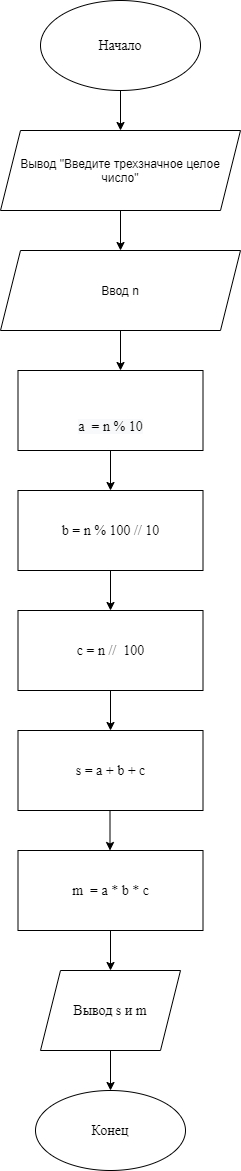
Earlier version of the draw.io export DZ1.png (EkaterinaVrublevskaia/AlgorithmPython-). Source tidied: cells renumbered, new cells last; positions are measured from the earlier drawing's top-left corner, leaving out a move shared by most shapes.
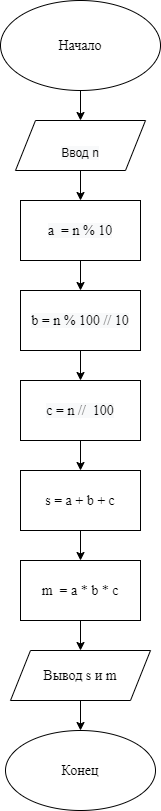
Above is the later version.

Change to the diagram source:
```diff
@@ -8,61 +8,52 @@
     <mxCell id="3" value="&lt;font face=&quot;Times New Roman&quot; style=&quot;font-size: 14px&quot;&gt;Начало&lt;/font&gt;" style="ellipse;whiteSpace=wrap;html=1;" parent="1" vertex="1">
       <mxGeometry x="40" width="160" height="90" as="geometry" />
     </mxCell>
-    <mxCell id="4" style="edgeStyle=orthogonalEdgeStyle;rounded=0;jettySize=auto;html=1;fontFamily=Times New Roman;fontSize=14;" parent="1" edge="1" source="5" target="8">
-      <mxGeometry relative="1" as="geometry" />
+    <mxCell id="4" style="edgeStyle=orthogonalEdgeStyle;rounded=0;jettySize=auto;html=1;fontFamily=Times New Roman;fontSize=14;" parent="1" edge="1" source="5">
+      <mxGeometry relative="1" as="geometry">
+        <mxPoint x="120" y="200" as="targetPoint" />
+      </mxGeometry>
     </mxCell>
-    <mxCell id="5" value="Вывод &quot;Введите трехзначное целое число&quot;" style="shape=parallelogram;perimeter=parallelogramPerimeter;whiteSpace=wrap;html=1;fixedSize=1;" parent="1" vertex="1">
-      <mxGeometry y="130" width="240" height="80" as="geometry" />
+    <mxCell id="5" value="&lt;br&gt;&lt;br&gt;&lt;span style=&quot;color: rgb(0 , 0 , 0) ; font-size: 12px ; font-style: normal ; font-weight: 400 ; letter-spacing: normal ; text-align: center ; text-indent: 0px ; text-transform: none ; word-spacing: 0px ; font-family: &amp;#34;helvetica&amp;#34; ; background-color: rgb(248 , 249 , 250) ; display: inline ; float: none&quot;&gt;Ввод n&lt;/span&gt;&lt;br style=&quot;color: rgb(0 , 0 , 0) ; font-family: &amp;#34;helvetica&amp;#34; ; font-size: 12px ; font-style: normal ; font-weight: 400 ; letter-spacing: normal ; text-align: center ; text-indent: 0px ; text-transform: none ; word-spacing: 0px ; background-color: rgb(248 , 249 , 250)&quot;&gt;&lt;br&gt;" style="shape=parallelogram;perimeter=parallelogramPerimeter;whiteSpace=wrap;html=1;fixedSize=1;" parent="1" vertex="1">
+      <mxGeometry x="55" y="120" width="130" height="50" as="geometry" />
     </mxCell>
     <mxCell id="6" value="Конец" style="ellipse;whiteSpace=wrap;html=1;fontFamily=Times New Roman;fontSize=14;" parent="1" vertex="1">
-      <mxGeometry x="35" y="1090" width="150" height="80" as="geometry" />
+      <mxGeometry x="45" y="730" width="150" height="80" as="geometry" />
     </mxCell>
-    <mxCell id="7" style="edgeStyle=orthogonalEdgeStyle;rounded=0;jettySize=auto;html=1;entryX=0.5;entryY=0;entryDx=0;entryDy=0;fontFamily=Times New Roman;fontSize=14;" parent="1" edge="1" source="8">
-      <mxGeometry relative="1" as="geometry">
-        <mxPoint x="120" y="370" as="targetPoint" />
-      </mxGeometry>
-    </mxCell>
-    <mxCell id="8" value="Ввод n" style="shape=parallelogram;perimeter=parallelogramPerimeter;whiteSpace=wrap;html=1;fixedSize=1;" parent="1" vertex="1">
-      <mxGeometry y="250" width="240" height="80" as="geometry" />
-    </mxCell>
-    <mxCell id="9" style="edgeStyle=orthogonalEdgeStyle;rounded=0;orthogonalLoop=1;jettySize=auto;html=1;entryX=0.5;entryY=0;entryDx=0;entryDy=0;fontFamily=Times New Roman;fontSize=14;" parent="1" edge="1">
-      <mxGeometry relative="1" as="geometry">
-        <mxPoint x="109.5" y="810" as="sourcePoint" />
-        <mxPoint x="109.5" y="850" as="targetPoint" />
-      </mxGeometry>
-    </mxCell>
     <mxCell id="10" style="edgeStyle=orthogonalEdgeStyle;rounded=0;jettySize=auto;html=1;entryX=0.5;entryY=0;entryDx=0;entryDy=0;fontFamily=Times New Roman;fontSize=14;" parent="1" edge="1" source="11" target="6">
       <mxGeometry relative="1" as="geometry" />
     </mxCell>
     <mxCell id="11" value="Вывод s и m" style="shape=parallelogram;perimeter=parallelogramPerimeter;whiteSpace=wrap;html=1;fixedSize=1;fontFamily=Times New Roman;fontSize=14;" parent="1" vertex="1">
-      <mxGeometry x="40" y="970" width="140" height="80" as="geometry" />
+      <mxGeometry x="50" y="650" width="140" height="50" as="geometry" />
     </mxCell>
-    <mxCell id="12" style="edgeStyle=orthogonalEdgeStyle;rounded=0;jettySize=auto;html=1;entryX=0.5;entryY=0;entryDx=0;entryDy=0;fontFamily=Times New Roman;fontSize=14;" parent="1" edge="1" source="13" target="15">
+    <mxCell id="12" style="edgeStyle=orthogonalEdgeStyle;rounded=0;jettySize=auto;html=1;" parent="1" edge="1" source="13" target="15">
       <mxGeometry relative="1" as="geometry" />
     </mxCell>
-    <mxCell id="13" value="&lt;br&gt;&lt;br&gt;&lt;span style=&quot;color: rgb(0 , 0 , 0) ; font-family: &amp;#34;times new roman&amp;#34; ; font-size: 14px ; font-style: normal ; font-weight: 400 ; letter-spacing: normal ; text-align: center ; text-indent: 0px ; text-transform: none ; word-spacing: 0px ; background-color: rgb(248 , 249 , 250) ; display: inline ; float: none&quot;&gt;a&amp;nbsp; = n % 10&lt;/span&gt;&lt;br&gt;" style="rounded=0;whiteSpace=wrap;html=1;fontFamily=Times New Roman;fontSize=14;" parent="1" vertex="1">
-      <mxGeometry x="17.5" y="370" width="185" height="80" as="geometry" />
+    <mxCell id="13" value="&lt;span style=&quot;color: rgb(0 , 0 , 0) ; font-size: 14px ; font-style: normal ; font-weight: 400 ; letter-spacing: normal ; text-align: center ; text-indent: 0px ; text-transform: none ; word-spacing: 0px ; font-family: &amp;#34;times new roman&amp;#34; ; background-color: rgb(248 , 249 , 250) ; display: inline ; float: none&quot;&gt;a&amp;nbsp; = n % 10&lt;/span&gt;" style="rounded=0;whiteSpace=wrap;html=1;" parent="1" vertex="1">
+      <mxGeometry x="60" y="200" width="120" height="60" as="geometry" />
     </mxCell>
-    <mxCell id="14" style="edgeStyle=orthogonalEdgeStyle;rounded=0;jettySize=auto;html=1;entryX=0.5;entryY=0;entryDx=0;entryDy=0;fontFamily=Times New Roman;fontSize=14;" parent="1" edge="1" source="15" target="17">
+    <mxCell id="14" style="edgeStyle=orthogonalEdgeStyle;rounded=0;jettySize=auto;html=1;" parent="1" edge="1" source="15" target="17">
       <mxGeometry relative="1" as="geometry" />
     </mxCell>
-    <mxCell id="15" value="&lt;span style=&quot;font-family: &amp;#34;times new roman&amp;#34;&quot;&gt;b = n % 100 // 10&lt;/span&gt;" style="rounded=0;whiteSpace=wrap;html=1;fontFamily=Times New Roman;fontSize=14;" parent="1" vertex="1">
-      <mxGeometry x="17.5" y="490" width="185" height="80" as="geometry" />
+    <mxCell id="15" value="&#10;&#10;&lt;span style=&quot;color: rgb(0, 0, 0); font-family: &amp;quot;times new roman&amp;quot;; font-size: 14px; font-style: normal; font-weight: 400; letter-spacing: normal; text-align: center; text-indent: 0px; text-transform: none; word-spacing: 0px; background-color: rgb(248, 249, 250); display: inline; float: none;&quot;&gt;b = n % 100 // 10&lt;/span&gt;&#10;&#10;" style="rounded=0;whiteSpace=wrap;html=1;" parent="1" vertex="1">
+      <mxGeometry x="60" y="290" width="120" height="60" as="geometry" />
     </mxCell>
-    <mxCell id="16" style="edgeStyle=orthogonalEdgeStyle;rounded=0;jettySize=auto;html=1;entryX=0.5;entryY=0;entryDx=0;entryDy=0;fontFamily=Times New Roman;fontSize=14;" parent="1" edge="1" source="17" target="18">
+    <mxCell id="16" style="edgeStyle=orthogonalEdgeStyle;rounded=0;jettySize=auto;html=1;" parent="1" edge="1" source="17" target="18">
       <mxGeometry relative="1" as="geometry" />
     </mxCell>
-    <mxCell id="17" value="c = n //&amp;nbsp; 100" style="rounded=0;whiteSpace=wrap;html=1;fontFamily=Times New Roman;fontSize=14;" parent="1" vertex="1">
-      <mxGeometry x="17.5" y="610" width="185" height="80" as="geometry" />
+    <mxCell id="17" value="&#10;&#10;&lt;span style=&quot;color: rgb(0, 0, 0); font-family: &amp;quot;times new roman&amp;quot;; font-size: 14px; font-style: normal; font-weight: 400; letter-spacing: normal; text-align: center; text-indent: 0px; text-transform: none; word-spacing: 0px; background-color: rgb(248, 249, 250); display: inline; float: none;&quot;&gt;c = n //&amp;nbsp; 100&lt;/span&gt;&#10;&#10;" style="rounded=0;whiteSpace=wrap;html=1;" parent="1" vertex="1">
+      <mxGeometry x="60" y="380" width="120" height="60" as="geometry" />
     </mxCell>
+    <mxCell id="21" style="edgeStyle=orthogonalEdgeStyle;rounded=0;jettySize=auto;html=1;" parent="1" edge="1" source="18" target="20">
+      <mxGeometry relative="1" as="geometry" />
+    </mxCell>
-    <mxCell id="18" value="s = a + b + c" style="rounded=0;whiteSpace=wrap;html=1;fontFamily=Times New Roman;fontSize=14;" parent="1" vertex="1">
-      <mxGeometry x="17.5" y="730" width="185" height="80" as="geometry" />
+    <mxCell id="18" value="&lt;span style=&quot;font-family: &amp;#34;times new roman&amp;#34; ; font-size: 14px&quot;&gt;s = a + b + c&lt;/span&gt;" style="rounded=0;whiteSpace=wrap;html=1;" parent="1" vertex="1">
+      <mxGeometry x="60" y="470" width="120" height="60" as="geometry" />
     </mxCell>
-    <mxCell id="19" style="edgeStyle=orthogonalEdgeStyle;rounded=0;jettySize=auto;html=1;entryX=0.5;entryY=0;entryDx=0;entryDy=0;fontFamily=Times New Roman;fontSize=14;" parent="1" edge="1" source="20" target="11">
+    <mxCell id="19" style="edgeStyle=orthogonalEdgeStyle;rounded=0;jettySize=auto;html=1;" parent="1" edge="1" source="20" target="11">
       <mxGeometry relative="1" as="geometry" />
     </mxCell>
-    <mxCell id="20" value="m&amp;nbsp; = a * b * c" style="rounded=0;whiteSpace=wrap;html=1;fontFamily=Times New Roman;fontSize=14;" parent="1" vertex="1">
-      <mxGeometry x="17.5" y="850" width="185" height="80" as="geometry" />
+    <mxCell id="20" value="&lt;span style=&quot;font-family: &amp;#34;times new roman&amp;#34; ; font-size: 14px&quot;&gt;m&amp;nbsp; = a * b * c&lt;/span&gt;" style="rounded=0;whiteSpace=wrap;html=1;" parent="1" vertex="1">
+      <mxGeometry x="60" y="560" width="120" height="60" as="geometry" />
     </mxCell>
   </root>
 </mxGraphModel>
```
